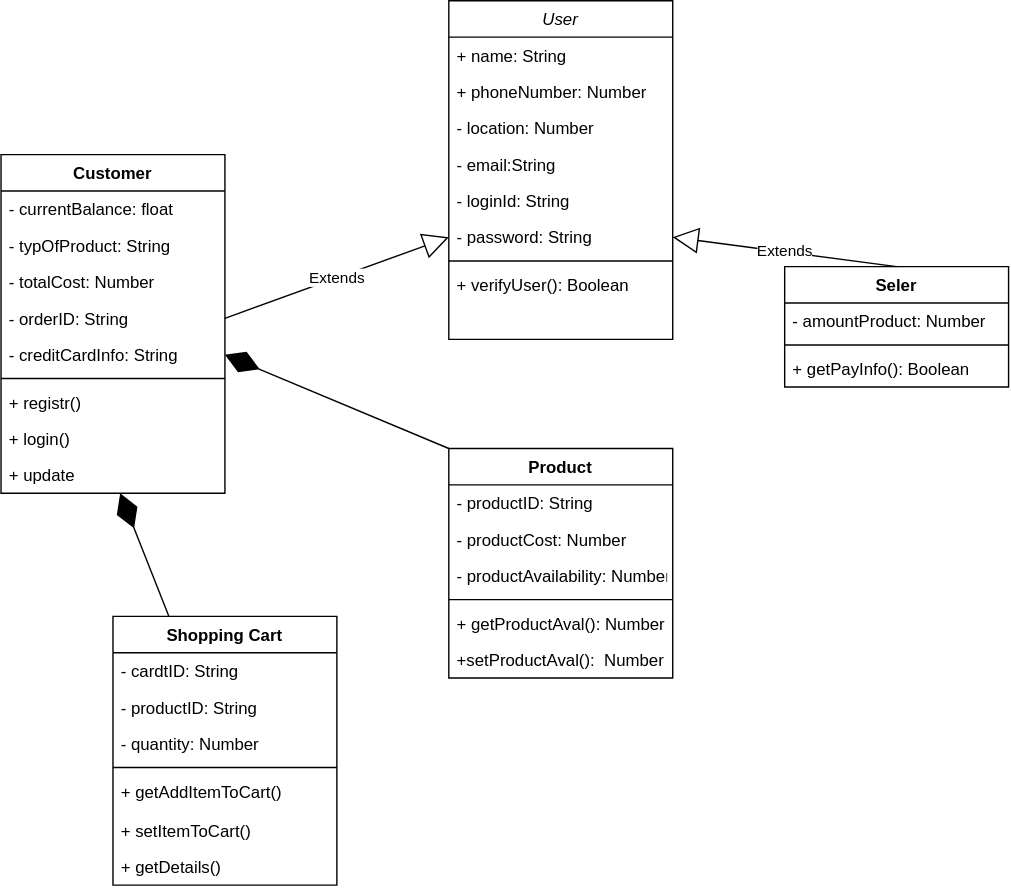
This is Untitled Diagram.drawio.svg from artemhoriuk1994/CV, a draw.io export, as it was before one commit. Source tidied: cells renumbered, new cells last; positions are measured from the earlier drawing's top-left corner, leaving out a move shared by most shapes.
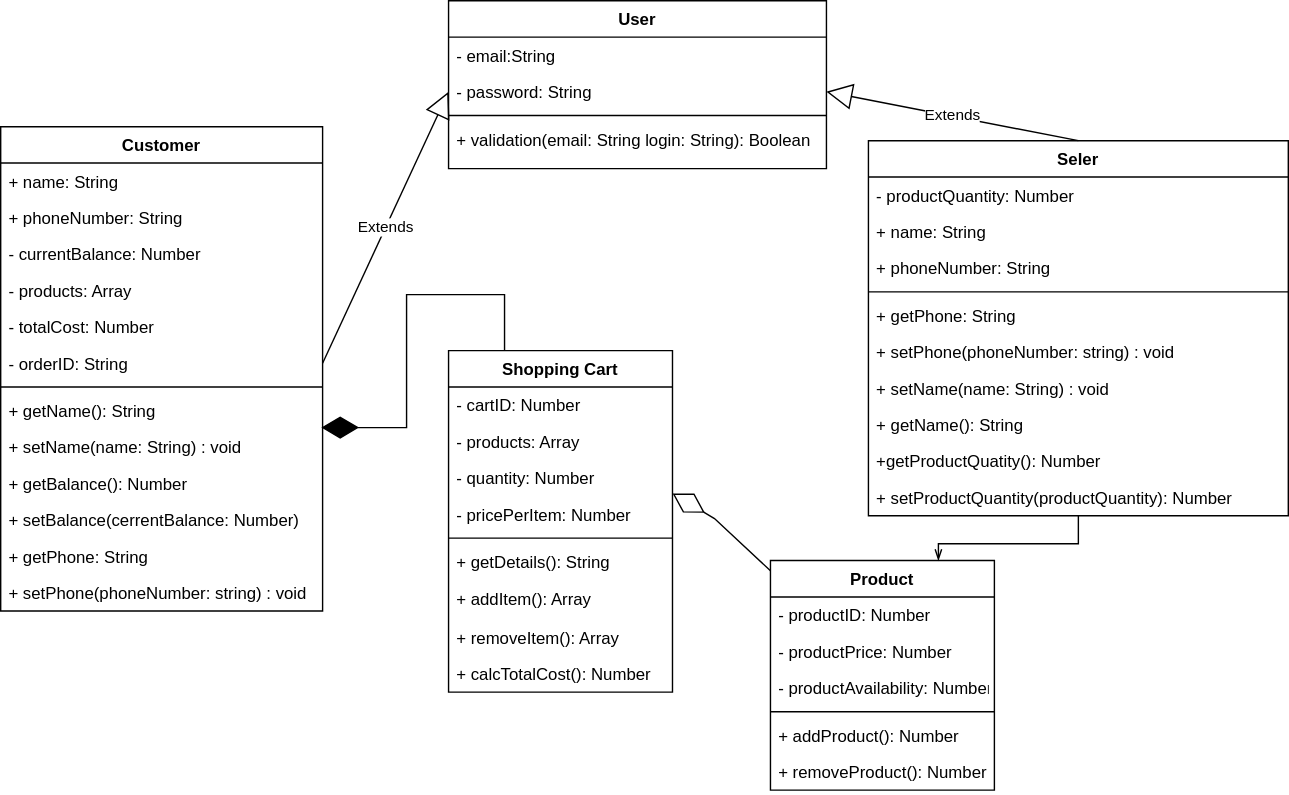
Later version of the same file.

Diff of the diagram source:
```diff
@@ -4,66 +4,66 @@
     <mxCell id="1" parent="0" />
-    <mxCell id="2" value="User" style="swimlane;fontStyle=2;align=center;verticalAlign=top;horizontal=1;startSize=26;rounded=0;shadow=0;strokeWidth=1;" parent="1" vertex="1">
-      <mxGeometry x="320" width="160" height="242" as="geometry" />
+    <mxCell id="2" value="User" style="swimlane;fontStyle=1;align=center;verticalAlign=top;horizontal=1;startSize=26;rounded=0;shadow=0;strokeWidth=1;" parent="1" vertex="1">
+      <mxGeometry x="360" y="20" width="270" height="120" as="geometry" />
     </mxCell>
+    <mxCell id="6" value="- email:String&#10;" style="text;align=left;verticalAlign=top;spacingLeft=4;spacingRight=4;overflow=hidden;rounded=0;shadow=0;html=0;" parent="2" vertex="1">
+      <mxGeometry y="26" width="270" height="26" as="geometry" />
+    </mxCell>
+    <mxCell id="8" value="- password: String" style="text;strokeColor=none;fillColor=none;align=left;verticalAlign=top;spacingLeft=4;spacingRight=4;overflow=hidden;points=[[0,0.5],[1,0.5]];portConstraint=eastwest;" parent="2" vertex="1">
+      <mxGeometry y="52" width="270" height="26" as="geometry" />
+    </mxCell>
+    <mxCell id="9" style="line;html=1;strokeWidth=1;align=left;verticalAlign=middle;spacingTop=-1;spacingLeft=3;spacingRight=3;labelPosition=right;" parent="2" vertex="1">
+      <mxGeometry y="78" width="270" height="8" as="geometry" />
+    </mxCell>
+    <mxCell id="44" value="+ validation(email: String login: String): Boolean" style="text;strokeColor=none;fillColor=none;align=left;verticalAlign=top;spacingLeft=4;spacingRight=4;overflow=hidden;" parent="2" vertex="1">
+      <mxGeometry y="86" width="270" height="26" as="geometry" />
+    </mxCell>
+    <mxCell id="11" value="Customer" style="swimlane;fontStyle=1;align=center;verticalAlign=top;horizontal=1;startSize=26;" parent="1" vertex="1">
+      <mxGeometry x="40" y="110" width="230" height="346" as="geometry" />
+    </mxCell>
-    <mxCell id="3" value="+ name: String" style="text;align=left;verticalAlign=top;spacingLeft=4;spacingRight=4;overflow=hidden;" parent="2" vertex="1">
-      <mxGeometry y="26" width="160" height="26" as="geometry" />
+    <mxCell id="3" value="+ name: String" style="text;align=left;verticalAlign=top;spacingLeft=4;spacingRight=4;overflow=hidden;" parent="11" vertex="1">
+      <mxGeometry y="26" width="230" height="26" as="geometry" />
     </mxCell>
-    <mxCell id="4" value="+ phoneNumber: Number" style="text;align=left;verticalAlign=top;spacingLeft=4;spacingRight=4;overflow=hidden;rounded=0;shadow=0;html=0;" parent="2" vertex="1">
-      <mxGeometry y="52" width="160" height="26" as="geometry" />
+    <mxCell id="4" value="+ phoneNumber: String" style="text;align=left;verticalAlign=top;spacingLeft=4;spacingRight=4;overflow=hidden;rounded=0;shadow=0;html=0;" parent="11" vertex="1">
+      <mxGeometry y="52" width="230" height="26" as="geometry" />
     </mxCell>
-    <mxCell id="5" value="- location: Number" style="text;strokeColor=none;fillColor=none;align=left;verticalAlign=top;spacingLeft=4;spacingRight=4;overflow=hidden;" parent="2" vertex="1">
-      <mxGeometry y="78" width="160" height="26" as="geometry" />
-    </mxCell>
-    <mxCell id="6" value="- email:String&#10;" style="text;align=left;verticalAlign=top;spacingLeft=4;spacingRight=4;overflow=hidden;rounded=0;shadow=0;html=0;" parent="2" vertex="1">
-      <mxGeometry y="104" width="160" height="26" as="geometry" />
-    </mxCell>
-    <mxCell id="7" value="- loginId: String" style="text;strokeColor=none;fillColor=none;align=left;verticalAlign=top;spacingLeft=4;spacingRight=4;overflow=hidden;" parent="2" vertex="1">
-      <mxGeometry y="130" width="160" height="26" as="geometry" />
-    </mxCell>
-    <mxCell id="8" value="- password: String" style="text;strokeColor=none;fillColor=none;align=left;verticalAlign=top;spacingLeft=4;spacingRight=4;overflow=hidden;points=[[0,0.5],[1,0.5]];portConstraint=eastwest;" parent="2" vertex="1">
-      <mxGeometry y="156" width="160" height="26" as="geometry" />
-    </mxCell>
-    <mxCell id="9" style="line;html=1;strokeWidth=1;align=left;verticalAlign=middle;spacingTop=-1;spacingLeft=3;spacingRight=3;labelPosition=right;" parent="2" vertex="1">
-      <mxGeometry y="182" width="160" height="8" as="geometry" />
-    </mxCell>
-    <mxCell id="10" value="+ verifyUser(): Boolean" style="text;strokeColor=none;fillColor=none;align=left;verticalAlign=top;spacingLeft=4;spacingRight=4;overflow=hidden;" parent="2" vertex="1">
-      <mxGeometry y="190" width="160" height="26" as="geometry" />
-    </mxCell>
-    <mxCell id="11" value="Customer" style="swimlane;fontStyle=1;align=center;verticalAlign=top;horizontal=1;startSize=26;" parent="1" vertex="1">
-      <mxGeometry y="110" width="160" height="242" as="geometry" />
-    </mxCell>
-    <mxCell id="12" value="- currentBalance: float" style="text;strokeColor=none;fillColor=none;align=left;verticalAlign=top;spacingLeft=4;spacingRight=4;overflow=hidden;" parent="11" vertex="1">
-      <mxGeometry y="26" width="160" height="26" as="geometry" />
+    <mxCell id="12" value="- currentBalance: Number" style="text;strokeColor=none;fillColor=none;align=left;verticalAlign=top;spacingLeft=4;spacingRight=4;overflow=hidden;" parent="11" vertex="1">
+      <mxGeometry y="78" width="230" height="26" as="geometry" />
     </mxCell>
-    <mxCell id="13" value="- typOfProduct: String" style="text;strokeColor=none;fillColor=none;align=left;verticalAlign=top;spacingLeft=4;spacingRight=4;overflow=hidden;" parent="11" vertex="1">
-      <mxGeometry y="52" width="160" height="26" as="geometry" />
+    <mxCell id="13" value="- products: Array" style="text;strokeColor=none;fillColor=none;align=left;verticalAlign=top;spacingLeft=4;spacingRight=4;overflow=hidden;" parent="11" vertex="1">
+      <mxGeometry y="104" width="230" height="26" as="geometry" />
     </mxCell>
     <mxCell id="14" value="- totalCost: Number" style="text;strokeColor=none;fillColor=none;align=left;verticalAlign=top;spacingLeft=4;spacingRight=4;overflow=hidden;" parent="11" vertex="1">
-      <mxGeometry y="78" width="160" height="26" as="geometry" />
+      <mxGeometry y="130" width="230" height="26" as="geometry" />
     </mxCell>
     <mxCell id="15" value="- orderID: String" style="text;strokeColor=none;fillColor=none;align=left;verticalAlign=top;spacingLeft=4;spacingRight=4;overflow=hidden;points=[[0,0.5],[1,0.5]];portConstraint=eastwest;" parent="11" vertex="1">
-      <mxGeometry y="104" width="160" height="26" as="geometry" />
+      <mxGeometry y="156" width="230" height="26" as="geometry" />
     </mxCell>
-    <mxCell id="16" value="- creditCardInfo: String" style="text;strokeColor=none;fillColor=none;align=left;verticalAlign=top;spacingLeft=4;spacingRight=4;overflow=hidden;points=[[0,0.5],[1,0.5]];portConstraint=eastwest;" parent="11" vertex="1">
-      <mxGeometry y="130" width="160" height="26" as="geometry" />
-    </mxCell>
     <mxCell id="17" style="line;strokeWidth=1;fillColor=none;align=left;verticalAlign=middle;spacingTop=-1;spacingLeft=3;spacingRight=3;labelPosition=right;" parent="11" vertex="1">
-      <mxGeometry y="156" width="160" height="8" as="geometry" />
+      <mxGeometry y="182" width="230" height="8" as="geometry" />
     </mxCell>
-    <mxCell id="18" value="+ registr()" style="text;strokeColor=none;fillColor=none;align=left;verticalAlign=top;spacingLeft=4;spacingRight=4;overflow=hidden;" parent="11" vertex="1">
-      <mxGeometry y="164" width="160" height="26" as="geometry" />
-    </mxCell>
-    <mxCell id="19" value="+ login()" style="text;strokeColor=none;fillColor=none;align=left;verticalAlign=top;spacingLeft=4;spacingRight=4;overflow=hidden;" parent="11" vertex="1">
-      <mxGeometry y="190" width="160" height="26" as="geometry" />
-    </mxCell>
-    <mxCell id="20" value="+ update" style="text;strokeColor=none;fillColor=none;align=left;verticalAlign=top;spacingLeft=4;spacingRight=4;overflow=hidden;points=[[0,0.5],[1,0.5]];portConstraint=eastwest;" parent="11" vertex="1">
-      <mxGeometry y="216" width="160" height="26" as="geometry" />
-    </mxCell>
+    <mxCell id="45" value="+ getName(): String" style="text;strokeColor=none;fillColor=none;align=left;verticalAlign=top;spacingLeft=4;spacingRight=4;overflow=hidden;points=[[0,0.5],[1,0.5]];portConstraint=eastwest;" parent="11" vertex="1">
+      <mxGeometry y="190" width="230" height="26" as="geometry" />
+    </mxCell>
+    <mxCell id="46" value="+ setName(name: String) : void" style="text;strokeColor=none;fillColor=none;align=left;verticalAlign=top;spacingLeft=4;spacingRight=4;overflow=hidden;" parent="11" vertex="1">
+      <mxGeometry y="216" width="230" height="26" as="geometry" />
+    </mxCell>
+    <mxCell id="47" value="+ getBalance(): Number" style="text;strokeColor=none;fillColor=none;align=left;verticalAlign=top;spacingLeft=4;spacingRight=4;overflow=hidden;" parent="11" vertex="1">
+      <mxGeometry y="242" width="230" height="26" as="geometry" />
+    </mxCell>
+    <mxCell id="48" value="+ setBalance(cerrentBalance: Number)" style="text;strokeColor=none;fillColor=none;align=left;verticalAlign=top;spacingLeft=4;spacingRight=4;overflow=hidden;" parent="11" vertex="1">
+      <mxGeometry y="268" width="230" height="26" as="geometry" />
+    </mxCell>
+    <mxCell id="49" value="+ getPhone: String" style="text;strokeColor=none;fillColor=none;align=left;verticalAlign=top;spacingLeft=4;spacingRight=4;overflow=hidden;" parent="11" vertex="1">
+      <mxGeometry y="294" width="230" height="26" as="geometry" />
+    </mxCell>
+    <mxCell id="50" value="+ setPhone(phoneNumber: string) : void" style="text;strokeColor=none;fillColor=none;align=left;verticalAlign=top;spacingLeft=4;spacingRight=4;overflow=hidden;" parent="11" vertex="1">
+      <mxGeometry y="320" width="230" height="26" as="geometry" />
+    </mxCell>
     <mxCell id="21" value="Product" style="swimlane;fontStyle=1;align=center;verticalAlign=top;horizontal=1;startSize=26;" parent="1" vertex="1">
-      <mxGeometry x="320" y="320" width="160" height="164" as="geometry" />
+      <mxGeometry x="590" y="420" width="160" height="164" as="geometry" />
     </mxCell>
-    <mxCell id="22" value="- productID: String" style="text;strokeColor=none;fillColor=none;align=left;verticalAlign=top;spacingLeft=4;spacingRight=4;overflow=hidden;" parent="21" vertex="1">
+    <mxCell id="22" value="- productID: Number" style="text;strokeColor=none;fillColor=none;align=left;verticalAlign=top;spacingLeft=4;spacingRight=4;overflow=hidden;" parent="21" vertex="1">
       <mxGeometry y="26" width="160" height="26" as="geometry" />
     </mxCell>
-    <mxCell id="23" value="- productCost: Number" style="text;strokeColor=none;fillColor=none;align=left;verticalAlign=top;spacingLeft=4;spacingRight=4;overflow=hidden;" parent="21" vertex="1">
+    <mxCell id="23" value="- productPrice: Number" style="text;strokeColor=none;fillColor=none;align=left;verticalAlign=top;spacingLeft=4;spacingRight=4;overflow=hidden;" parent="21" vertex="1">
       <mxGeometry y="52" width="160" height="26" as="geometry" />
@@ -76,27 +76,51 @@
     </mxCell>
-    <mxCell id="26" value="+ getProductAval(): Number" style="text;strokeColor=none;fillColor=none;align=left;verticalAlign=top;spacingLeft=4;spacingRight=4;overflow=hidden;" parent="21" vertex="1">
-      <mxGeometry y="112" width="160" height="26" as="geometry" />
-    </mxCell>
-    <mxCell id="27" value="+setProductAval():  Number" style="text;strokeColor=none;fillColor=none;align=left;verticalAlign=top;spacingLeft=4;spacingRight=4;overflow=hidden;" parent="21" vertex="1">
-      <mxGeometry y="138" width="160" height="26" as="geometry" />
-    </mxCell>
+    <mxCell id="51" value="+ addProduct(): Number" style="text;strokeColor=none;fillColor=none;align=left;verticalAlign=top;spacingLeft=4;spacingRight=4;overflow=hidden;" parent="21" vertex="1">
+      <mxGeometry y="112" width="160" height="26" as="geometry" />
+    </mxCell>
+    <mxCell id="52" value="+ removeProduct(): Number" style="text;strokeColor=none;fillColor=none;align=left;verticalAlign=top;spacingLeft=4;spacingRight=4;overflow=hidden;" parent="21" vertex="1">
+      <mxGeometry y="138" width="160" height="26" as="geometry" />
+    </mxCell>
+    <mxCell id="53" style="edgeStyle=orthogonalEdgeStyle;rounded=0;jettySize=auto;html=1;entryX=0.75;entryY=0;entryDx=0;entryDy=0;endArrow=openThin;endFill=0;" parent="1" edge="1" source="28" target="21">
+      <mxGeometry relative="1" as="geometry" />
+    </mxCell>
     <mxCell id="28" value="Seler" style="swimlane;fontStyle=1;align=center;verticalAlign=top;horizontal=1;startSize=26;" parent="1" vertex="1">
-      <mxGeometry x="560" y="190" width="160" height="86" as="geometry" />
+      <mxGeometry x="660" y="120" width="300" height="268" as="geometry" />
     </mxCell>
-    <mxCell id="29" value="- amountProduct: Number" style="text;strokeColor=none;fillColor=none;align=left;verticalAlign=top;spacingLeft=4;spacingRight=4;overflow=hidden;" parent="28" vertex="1">
-      <mxGeometry y="26" width="160" height="26" as="geometry" />
+    <mxCell id="29" value="- productQuantity: Number" style="text;strokeColor=none;fillColor=none;align=left;verticalAlign=top;spacingLeft=4;spacingRight=4;overflow=hidden;" parent="28" vertex="1">
+      <mxGeometry y="26" width="300" height="26" as="geometry" />
     </mxCell>
+    <mxCell id="54" value="+ name: String" style="text;align=left;verticalAlign=top;spacingLeft=4;spacingRight=4;overflow=hidden;" parent="28" vertex="1">
+      <mxGeometry y="52" width="300" height="26" as="geometry" />
+    </mxCell>
+    <mxCell id="55" value="+ phoneNumber: String" style="text;align=left;verticalAlign=top;spacingLeft=4;spacingRight=4;overflow=hidden;rounded=0;shadow=0;html=0;" parent="28" vertex="1">
+      <mxGeometry y="78" width="300" height="26" as="geometry" />
+    </mxCell>
     <mxCell id="30" style="line;strokeWidth=1;fillColor=none;align=left;verticalAlign=middle;spacingTop=-1;spacingLeft=3;spacingRight=3;labelPosition=right;" parent="28" vertex="1">
-      <mxGeometry y="52" width="160" height="8" as="geometry" />
+      <mxGeometry y="104" width="300" height="8" as="geometry" />
     </mxCell>
-    <mxCell id="31" value="+ getPayInfo(): Boolean" style="text;strokeColor=none;fillColor=none;align=left;verticalAlign=top;spacingLeft=4;spacingRight=4;overflow=hidden;" parent="28" vertex="1">
-      <mxGeometry y="60" width="160" height="26" as="geometry" />
-    </mxCell>
+    <mxCell id="56" value="+ getPhone: String" style="text;strokeColor=none;fillColor=none;align=left;verticalAlign=top;spacingLeft=4;spacingRight=4;overflow=hidden;" parent="28" vertex="1">
+      <mxGeometry y="112" width="300" height="26" as="geometry" />
+    </mxCell>
+    <mxCell id="57" value="+ setPhone(phoneNumber: string) : void" style="text;strokeColor=none;fillColor=none;align=left;verticalAlign=top;spacingLeft=4;spacingRight=4;overflow=hidden;" parent="28" vertex="1">
+      <mxGeometry y="138" width="300" height="26" as="geometry" />
+    </mxCell>
+    <mxCell id="58" value="+ setName(name: String) : void" style="text;strokeColor=none;fillColor=none;align=left;verticalAlign=top;spacingLeft=4;spacingRight=4;overflow=hidden;" parent="28" vertex="1">
+      <mxGeometry y="164" width="300" height="26" as="geometry" />
+    </mxCell>
+    <mxCell id="59" value="+ getName(): String" style="text;strokeColor=none;fillColor=none;align=left;verticalAlign=top;spacingLeft=4;spacingRight=4;overflow=hidden;" parent="28" vertex="1">
+      <mxGeometry y="190" width="300" height="26" as="geometry" />
+    </mxCell>
+    <mxCell id="60" value="+getProductQuatity(): Number" style="text;strokeColor=none;fillColor=none;align=left;verticalAlign=top;spacingLeft=4;spacingRight=4;overflow=hidden;" parent="28" vertex="1">
+      <mxGeometry y="216" width="300" height="26" as="geometry" />
+    </mxCell>
+    <mxCell id="61" value="+ setProductQuantity(productQuantity): Number" style="text;strokeColor=none;fillColor=none;align=left;verticalAlign=top;spacingLeft=4;spacingRight=4;overflow=hidden;" parent="28" vertex="1">
+      <mxGeometry y="242" width="300" height="26" as="geometry" />
+    </mxCell>
     <mxCell id="32" value="Shopping Cart" style="swimlane;fontStyle=1;align=center;verticalAlign=top;horizontal=1;startSize=26;" parent="1" vertex="1">
-      <mxGeometry x="80" y="440" width="160" height="192" as="geometry" />
+      <mxGeometry x="360" y="270" width="160" height="244" as="geometry" />
     </mxCell>
-    <mxCell id="33" value="- cardtID: String" style="text;strokeColor=none;fillColor=none;align=left;verticalAlign=top;spacingLeft=4;spacingRight=4;overflow=hidden;" parent="32" vertex="1">
+    <mxCell id="33" value="- cartID: Number" style="text;strokeColor=none;fillColor=none;align=left;verticalAlign=top;spacingLeft=4;spacingRight=4;overflow=hidden;" parent="32" vertex="1">
       <mxGeometry y="26" width="160" height="26" as="geometry" />
     </mxCell>
-    <mxCell id="34" value="- productID: String" style="text;strokeColor=none;fillColor=none;align=left;verticalAlign=top;spacingLeft=4;spacingRight=4;overflow=hidden;" parent="32" vertex="1">
+    <mxCell id="34" value="- products: Array" style="text;strokeColor=none;fillColor=none;align=left;verticalAlign=top;spacingLeft=4;spacingRight=4;overflow=hidden;" parent="32" vertex="1">
       <mxGeometry y="52" width="160" height="26" as="geometry" />
@@ -106,13 +130,19 @@
     </mxCell>
+    <mxCell id="62" value="- pricePerItem: Number" style="text;strokeColor=none;fillColor=none;align=left;verticalAlign=top;spacingLeft=4;spacingRight=4;overflow=hidden;" parent="32" vertex="1">
+      <mxGeometry y="104" width="160" height="26" as="geometry" />
+    </mxCell>
     <mxCell id="36" style="line;strokeWidth=1;fillColor=none;align=left;verticalAlign=middle;spacingTop=-1;spacingLeft=3;spacingRight=3;labelPosition=right;" parent="32" vertex="1">
-      <mxGeometry y="104" width="160" height="8" as="geometry" />
+      <mxGeometry y="130" width="160" height="8" as="geometry" />
     </mxCell>
+    <mxCell id="63" value="+ getDetails(): String" style="text;strokeColor=none;fillColor=none;align=left;verticalAlign=top;spacingLeft=4;spacingRight=4;overflow=hidden;" parent="32" vertex="1">
+      <mxGeometry y="138" width="160" height="26" as="geometry" />
+    </mxCell>
-    <mxCell id="37" value="+ getAddItemToCart()" style="text;strokeColor=none;fillColor=none;align=left;verticalAlign=top;spacingLeft=4;spacingRight=4;overflow=hidden;" parent="32" vertex="1">
-      <mxGeometry y="112" width="160" height="28" as="geometry" />
+    <mxCell id="37" value="+ addItem(): Array" style="text;strokeColor=none;fillColor=none;align=left;verticalAlign=top;spacingLeft=4;spacingRight=4;overflow=hidden;" parent="32" vertex="1">
+      <mxGeometry y="164" width="160" height="28" as="geometry" />
     </mxCell>
-    <mxCell id="38" value="+ setItemToCart()" style="text;strokeColor=none;fillColor=none;align=left;verticalAlign=top;spacingLeft=4;spacingRight=4;overflow=hidden;" parent="32" vertex="1">
-      <mxGeometry y="140" width="160" height="26" as="geometry" />
+    <mxCell id="38" value="+ removeItem(): Array" style="text;strokeColor=none;fillColor=none;align=left;verticalAlign=top;spacingLeft=4;spacingRight=4;overflow=hidden;" parent="32" vertex="1">
+      <mxGeometry y="192" width="160" height="26" as="geometry" />
     </mxCell>
-    <mxCell id="39" value="+ getDetails()" style="text;strokeColor=none;fillColor=none;align=left;verticalAlign=top;spacingLeft=4;spacingRight=4;overflow=hidden;" parent="32" vertex="1">
-      <mxGeometry y="166" width="160" height="26" as="geometry" />
+    <mxCell id="39" value="+ calcTotalCost(): Number" style="text;strokeColor=none;fillColor=none;align=left;verticalAlign=top;spacingLeft=4;spacingRight=4;overflow=hidden;" parent="32" vertex="1">
+      <mxGeometry y="218" width="160" height="26" as="geometry" />
     </mxCell>
@@ -124,8 +154,19 @@
     </mxCell>
-    <mxCell id="42" style="endArrow=diamondThin;endFill=1;endSize=24;html=1;rounded=0;exitX=0.25;exitY=0;exitDx=0;exitDy=0;" parent="1" edge="1" source="32" target="20">
-      <mxGeometry relative="1" as="geometry" />
+    <mxCell id="42" style="endArrow=diamondThin;endFill=1;endSize=24;html=1;rounded=0;entryX=0.996;entryY=0.962;entryDx=0;entryDy=0;entryPerimeter=0;" parent="1" edge="1" target="45">
+      <mxGeometry relative="1" as="geometry">
+        <mxPoint x="400" y="270" as="sourcePoint" />
+        <Array as="points">
+          <mxPoint x="400" y="230" />
+          <mxPoint x="330" y="230" />
+          <mxPoint x="330" y="325" />
+        </Array>
+      </mxGeometry>
     </mxCell>
-    <mxCell id="43" style="endArrow=diamondThin;endFill=1;endSize=24;html=1;rounded=0;entryX=1;entryY=0.5;entryDx=0;entryDy=0;exitX=0;exitY=0;exitDx=0;exitDy=0;" parent="1" edge="1" source="21" target="16">
-      <mxGeometry relative="1" as="geometry" />
-    </mxCell>
+    <mxCell id="64" style="endArrow=diamondThin;endFill=0;endSize=24;html=1;rounded=0;entryX=1;entryY=0.923;entryDx=0;entryDy=0;entryPerimeter=0;" parent="1" edge="1" source="21" target="35">
+      <mxGeometry relative="1" as="geometry">
+        <Array as="points">
+          <mxPoint x="550" y="390" />
+        </Array>
+      </mxGeometry>
+    </mxCell>
   </root>
```
